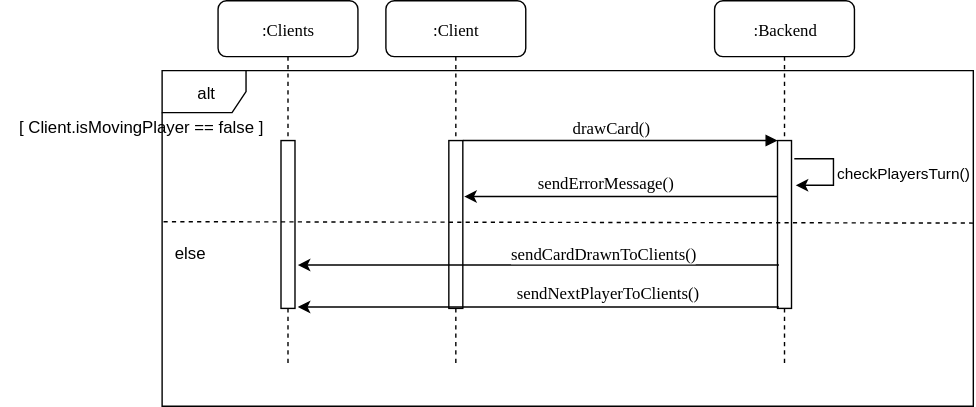
The draw.io diagram docs/img/sequence_diagram/client_draws.svg in cardholder/docs, before a commit. Source tidied: cells renumbered, new cells last; positions are measured from the earlier drawing's top-left corner, leaving out a move shared by most shapes.
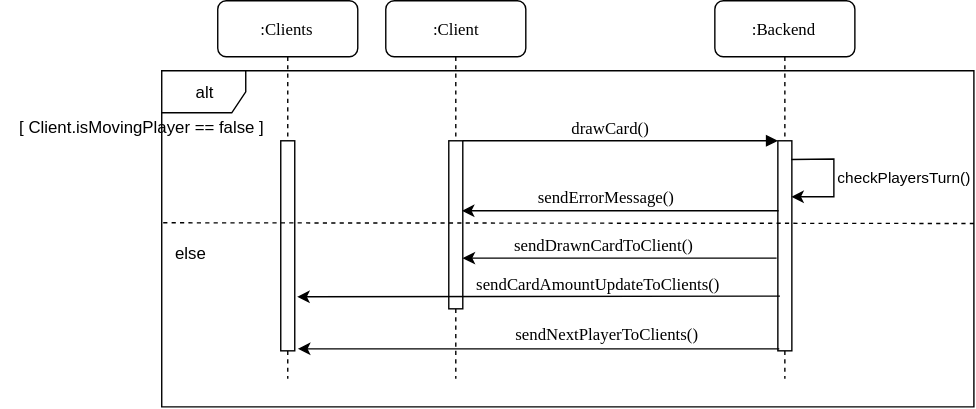
After the change.

The edit, as a diff of the source:
```diff
@@ -6,22 +6,22 @@
       <mxGeometry x="115" y="50" width="580" height="240" as="geometry" />
     </mxCell>
     <mxCell id="3" value=":Backend" style="shape=umlLifeline;perimeter=lifelinePerimeter;whiteSpace=wrap;html=1;rounded=1;shadow=0;comic=0;labelBackgroundColor=none;strokeColor=#000000;strokeWidth=1;fillColor=#FFFFFF;fontFamily=Verdana;fontSize=12;fontColor=#000000;align=center;" parent="1" vertex="1">
-      <mxGeometry x="510" width="100" height="260" as="geometry" />
+      <mxGeometry x="510" width="100" height="270" as="geometry" />
     </mxCell>
     <mxCell id="4" style="html=1;points=[];perimeter=orthogonalPerimeter;rounded=0;shadow=0;comic=0;labelBackgroundColor=none;strokeColor=#000000;strokeWidth=1;fillColor=#FFFFFF;fontFamily=Verdana;fontSize=12;fontColor=#000000;align=center;" parent="3" vertex="1">
-      <mxGeometry x="45" y="100" width="10" height="120" as="geometry" />
+      <mxGeometry x="45" y="100" width="10" height="150" as="geometry" />
     </mxCell>
-    <mxCell id="5" value="checkPlayersTurn()" style="endArrow=classic;html=1;exitX=1.2;exitY=0.108;exitDx=0;exitDy=0;exitPerimeter=0;entryX=1.3;entryY=0.265;entryDx=0;entryDy=0;entryPerimeter=0;rounded=0;" parent="3" edge="1" source="4" target="4">
+    <mxCell id="5" value="checkPlayersTurn()" style="endArrow=classic;html=1;entryX=0.942;entryY=0.266;entryDx=0;entryDy=0;entryPerimeter=0;rounded=0;exitX=0.97;exitY=0.088;exitDx=0;exitDy=0;exitPerimeter=0;" parent="3" edge="1" source="4" target="4">
       <mxGeometry x="-0.16" y="-50" relative="1" as="geometry">
         <Array as="points">
           <mxPoint x="85" y="113" />
-          <mxPoint x="85" y="132" />
+          <mxPoint x="85" y="140" />
         </Array>
         <mxPoint x="100" y="7" as="offset" />
       </mxGeometry>
     </mxCell>
     <mxCell id="6" value=":Client" style="shape=umlLifeline;perimeter=lifelinePerimeter;whiteSpace=wrap;html=1;rounded=1;shadow=0;comic=0;labelBackgroundColor=none;strokeColor=#000000;strokeWidth=1;fillColor=#FFFFFF;fontFamily=Verdana;fontSize=12;fontColor=#000000;align=center;" parent="1" vertex="1">
-      <mxGeometry x="275" width="100" height="260" as="geometry" />
+      <mxGeometry x="275" width="100" height="270" as="geometry" />
     </mxCell>
     <mxCell id="7" style="html=1;points=[];perimeter=orthogonalPerimeter;rounded=0;shadow=0;comic=0;labelBackgroundColor=none;strokeColor=#000000;strokeWidth=1;fillColor=#FFFFFF;fontFamily=Verdana;fontSize=12;fontColor=#000000;align=center;" parent="6" vertex="1">
       <mxGeometry x="45" y="100" width="10" height="120" as="geometry" />
@@ -29,14 +29,14 @@
     <mxCell id="8" value="drawCard()" style="html=1;verticalAlign=bottom;endArrow=block;entryX=0;entryY=0;labelBackgroundColor=none;fontFamily=Verdana;fontSize=12;edgeStyle=elbowEdgeStyle;elbow=vertical;" parent="1" edge="1" source="7" target="4">
       <mxGeometry relative="1" as="geometry" />
     </mxCell>
-    <mxCell id="9" value="&lt;font face=&quot;Verdana&quot; style=&quot;font-size: 12px&quot;&gt;sendErrorMessage()&lt;/font&gt;" style="endArrow=classic;html=1;entryX=1.08;entryY=0.337;entryDx=0;entryDy=0;entryPerimeter=0;exitX=0.033;exitY=0.334;exitDx=0;exitDy=0;exitPerimeter=0;" parent="1" edge="1" source="4" target="7">
+    <mxCell id="9" value="&lt;font face=&quot;Verdana&quot; style=&quot;font-size: 12px&quot;&gt;sendErrorMessage()&lt;/font&gt;" style="endArrow=classic;html=1;entryX=0.94;entryY=0.417;entryDx=0;entryDy=0;entryPerimeter=0;exitX=0.033;exitY=0.334;exitDx=0;exitDy=0;exitPerimeter=0;" parent="1" edge="1" source="4" target="7">
       <mxGeometry x="-0.02" y="-10" relative="1" as="geometry" />
     </mxCell>
     <mxCell id="10" value=":Clients" style="shape=umlLifeline;perimeter=lifelinePerimeter;whiteSpace=wrap;html=1;rounded=1;shadow=0;comic=0;labelBackgroundColor=none;strokeColor=#000000;strokeWidth=1;fillColor=#FFFFFF;fontFamily=Verdana;fontSize=12;fontColor=#000000;align=center;" parent="1" vertex="1">
-      <mxGeometry x="155" width="100" height="260" as="geometry" />
+      <mxGeometry x="155" width="100" height="270" as="geometry" />
     </mxCell>
     <mxCell id="11" style="html=1;points=[];perimeter=orthogonalPerimeter;rounded=0;shadow=0;comic=0;labelBackgroundColor=none;strokeColor=#000000;strokeWidth=1;fillColor=#FFFFFF;fontFamily=Verdana;fontSize=12;fontColor=#000000;align=center;" parent="10" vertex="1">
-      <mxGeometry x="45" y="100" width="10" height="120" as="geometry" />
+      <mxGeometry x="45" y="100" width="10" height="150" as="geometry" />
     </mxCell>
     <mxCell id="12" style="endArrow=classic;html=1;exitX=0.1;exitY=0.992;exitDx=0;exitDy=0;exitPerimeter=0;entryX=1.2;entryY=0.992;entryDx=0;entryDy=0;entryPerimeter=0;" parent="1" edge="1" source="4" target="11">
       <mxGeometry relative="1" as="geometry" />
@@ -58,10 +58,13 @@
     <mxCell id="17" style="endArrow=classic;html=1;entryX=1.153;entryY=0.743;entryDx=0;entryDy=0;entryPerimeter=0;exitX=0.129;exitY=0.741;exitDx=0;exitDy=0;exitPerimeter=0;" parent="1" edge="1" source="4" target="11">
       <mxGeometry relative="1" as="geometry" />
     </mxCell>
-    <mxCell id="18" value="sendCardDrawnToClients()" style="text;html=1;align=center;verticalAlign=middle;labelBackgroundColor=#ffffff;fontFamily=Verdana;" parent="17" vertex="1">
+    <mxCell id="18" value="sendCardAmountUpdateToClients()" style="text;html=1;align=center;verticalAlign=middle;labelBackgroundColor=#ffffff;fontFamily=Verdana;" parent="17" vertex="1">
       <mxGeometry x="-0.33" relative="1" as="geometry">
         <mxPoint x="3.5" y="-9" as="offset" />
       </mxGeometry>
     </mxCell>
+    <mxCell id="19" value="&lt;font face=&quot;Verdana&quot;&gt;&lt;span style=&quot;font-size: 12px&quot;&gt;sendDrawnCardToClient()&lt;/span&gt;&lt;/font&gt;" style="endArrow=classic;html=1;entryX=0.991;entryY=0.698;entryDx=0;entryDy=0;entryPerimeter=0;exitX=-0.09;exitY=0.559;exitDx=0;exitDy=0;exitPerimeter=0;" parent="1" edge="1" source="4" target="7">
+      <mxGeometry x="-0.02" y="-10" relative="1" as="geometry" />
+    </mxCell>
   </root>
 </mxGraphModel>
```
